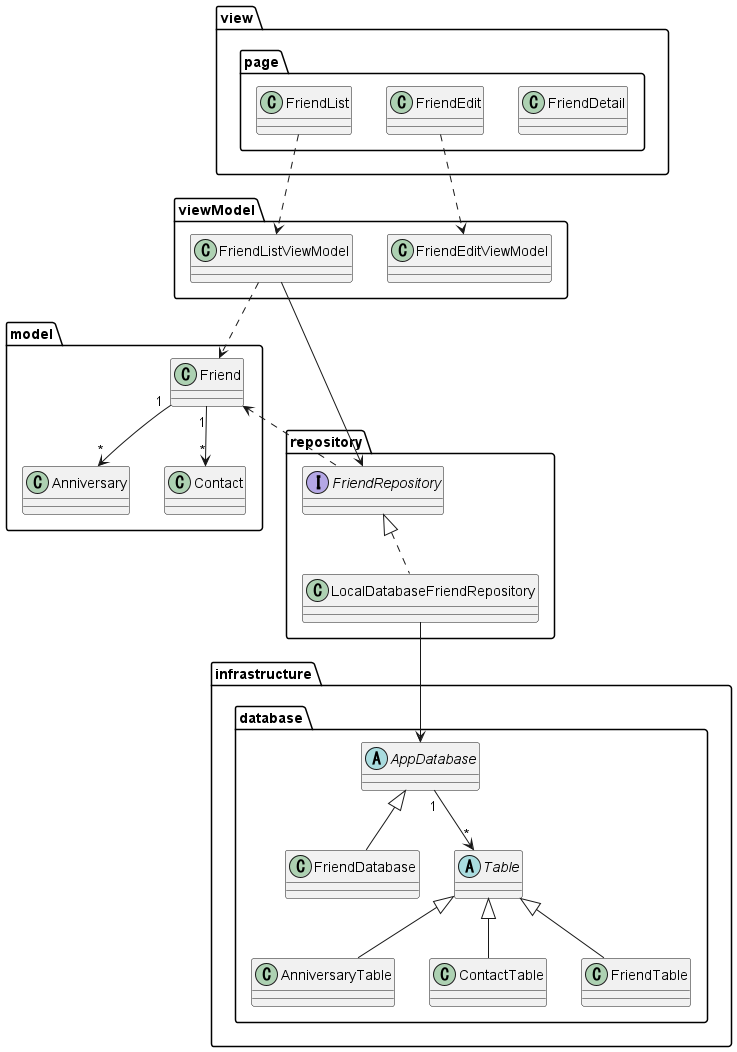
Before: uml/class_diagram/class_diagram.png, a diagram exported from PlantUML (nmskm240/friend_list).
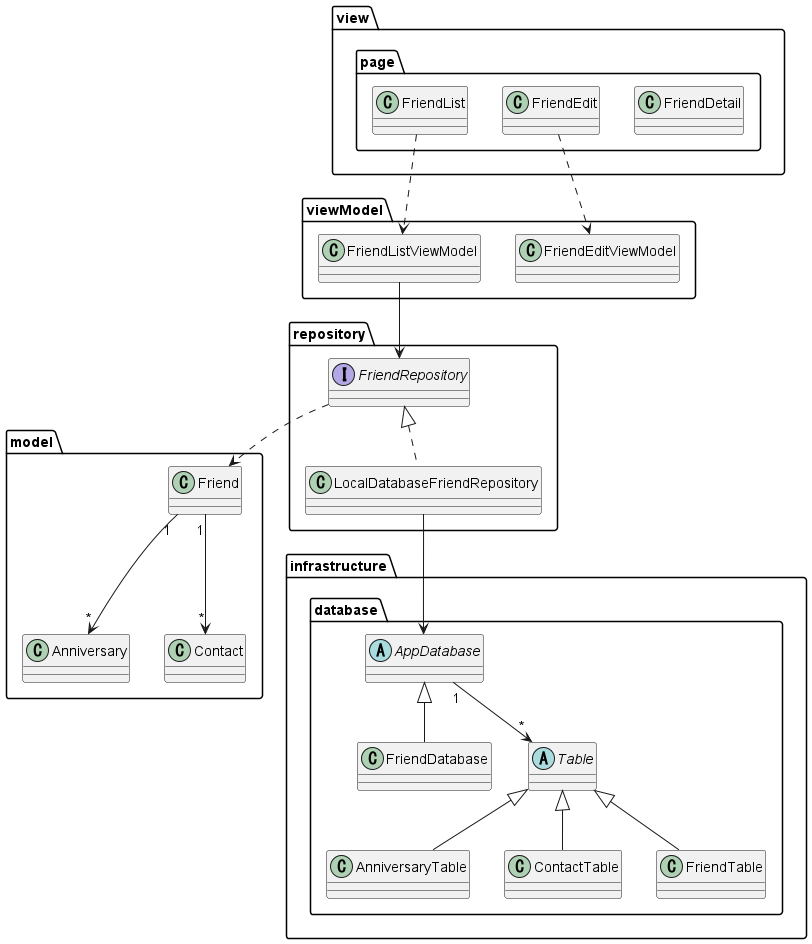
The same file after the commit.

What changed in the source:
```diff
@@ -38,13 +38,12 @@
 FriendList ..> FriendListViewModel
 FriendEdit ..> FriendEditViewModel
 
-FriendListViewModel ..> Friend
 FriendListViewModel --> FriendRepository
 
 Friend "1" --> "*" Anniversary
 Friend "1" --> "*" Contact
 
-FriendRepository .up.> Friend
+FriendRepository ..> Friend
 
 FriendRepository <|.. LocalDatabaseFriendRepository
 
```
